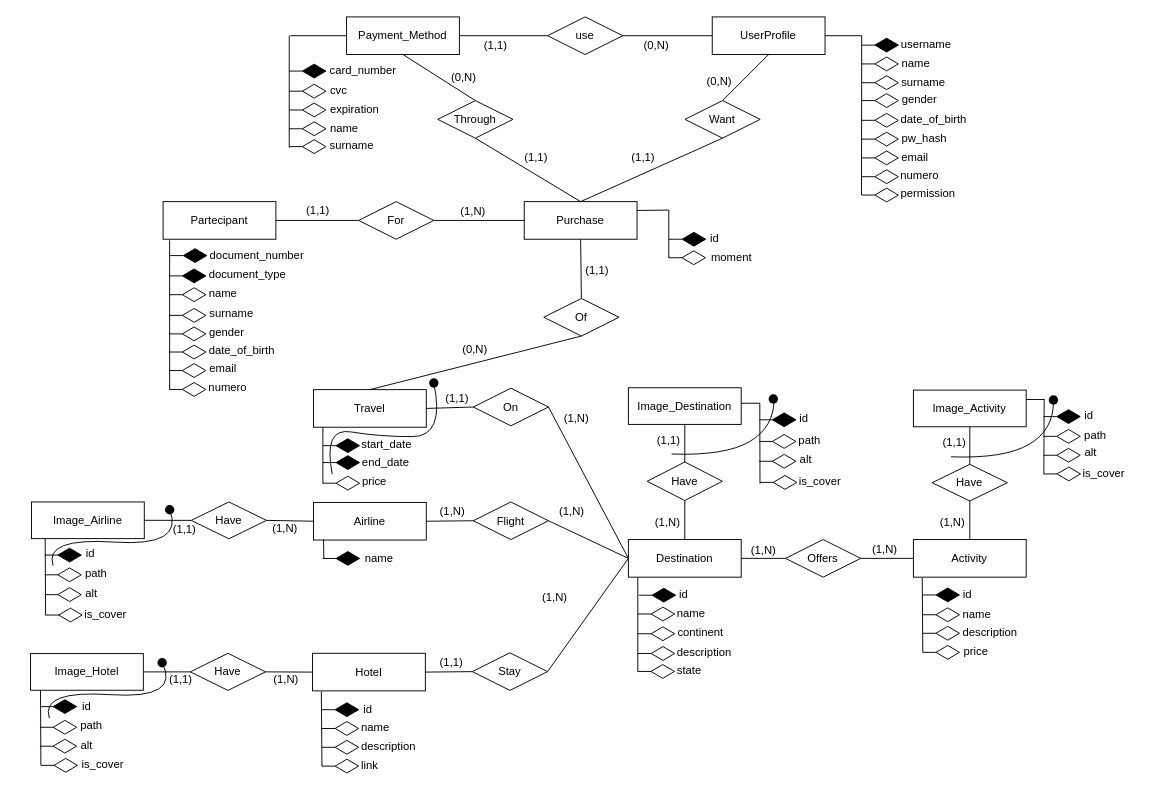
tech-web-unipd/sito-viaggi keeps this draw.io diagram as database/diagramma.drawio. Above is the earlier version. Source tidied: cells renumbered, new cells numbered last; positions are measured from the earlier drawing's top-left corner, leaving out a move shared by most shapes. Both pictures are drawn from the tidied source at 94%, with x=0, y=0 at pixel (30, 17).
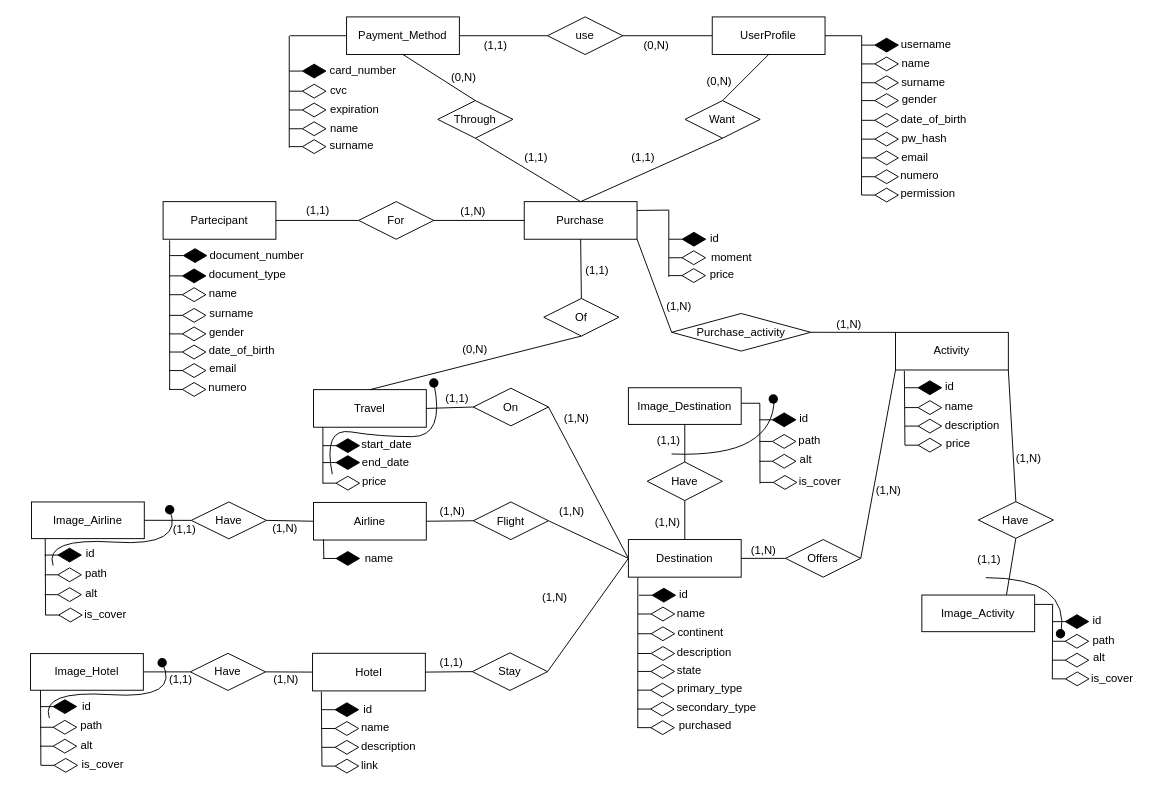
After the change.

Commit message (it also covers changes not shown here):
add purchased for Destination

Unchanged cells that the change refers to:
```xml
<mxCell id="3" value="Offers" style="rhombus;whiteSpace=wrap;html=1;" parent="1" vertex="1">
  <mxGeometry x="803.2" y="555.5" width="80" height="40" as="geometry" />
</mxCell>
<mxCell id="162" value="Purchase" style="rounded=0;whiteSpace=wrap;html=1;" parent="1" vertex="1">
  <mxGeometry x="525.2" y="196" width="120" height="40" as="geometry" />
</mxCell>
```

The edit, as a diff of the source:
```diff
@@
     <mxCell id="5" value="Activity" style="rounded=0;whiteSpace=wrap;html=1;" parent="1" vertex="1">
-      <mxGeometry x="939.2" y="555.5" width="120" height="40" as="geometry" />
+      <mxGeometry x="920.2" y="335.1" width="120" height="40" as="geometry" />
     </mxCell>
-    <mxCell id="6" style="endArrow=none;html=1;rounded=0;entryX=0;entryY=0.5;entryDx=0;entryDy=0;exitX=1;exitY=0.5;exitDx=0;exitDy=0;" parent="1" edge="1" source="3" target="5">
+    <mxCell id="6" style="endArrow=none;html=1;rounded=0;entryX=0;entryY=1;entryDx=0;entryDy=0;exitX=1;exitY=0.5;exitDx=0;exitDy=0;" parent="1" edge="1" source="3" target="5">
       <mxGeometry relative="1" as="geometry" />
     </mxCell>
@@
     <mxCell id="12" style="endArrow=diamondThin;endFill=0;endSize=24;html=1;rounded=0;" parent="1" edge="1">
       <mxGeometry relative="1" as="geometry">
-        <mxPoint x="949.2" y="655.2" as="sourcePoint" />
-        <mxPoint x="989.2" y="655.2" as="targetPoint" />
+        <mxPoint x="930.2" y="434.8" as="sourcePoint" />
+        <mxPoint x="970.2" y="434.8" as="targetPoint" />
       </mxGeometry>
     </mxCell>
     <mxCell id="13" style="endArrow=diamondThin;endFill=0;endSize=24;html=1;rounded=0;" parent="1" edge="1">
       <mxGeometry relative="1" as="geometry">
-        <mxPoint x="949.2" y="635.5" as="sourcePoint" />
-        <mxPoint x="989.2" y="635.5" as="targetPoint" />
+        <mxPoint x="930.2" y="415.1" as="sourcePoint" />
+        <mxPoint x="970.2" y="415.1" as="targetPoint" />
       </mxGeometry>
     </mxCell>
@@
     <mxCell id="17" value="(1,N)" style="text;html=1;strokeColor=none;fillColor=none;align=center;verticalAlign=middle;whiteSpace=wrap;rounded=0;" parent="1" vertex="1">
-      <mxGeometry x="879.2" y="555.5" width="60" height="20" as="geometry" />
+      <mxGeometry x="883" y="494" width="60" height="20" as="geometry" />
     </mxCell>
@@
     <mxCell id="44" value="price" style="text;html=1;strokeColor=none;fillColor=none;align=center;verticalAlign=middle;whiteSpace=wrap;rounded=0;" parent="1" vertex="1">
-      <mxGeometry x="976.2" y="664.5" width="60" height="20" as="geometry" />
+      <mxGeometry x="957.2" y="444.1" width="60" height="20" as="geometry" />
     </mxCell>
     <mxCell id="45" value="description" style="text;html=1;strokeColor=none;fillColor=none;align=center;verticalAlign=middle;whiteSpace=wrap;rounded=0;" parent="1" vertex="1">
-      <mxGeometry x="991.2" y="644.5" width="60" height="20" as="geometry" />
+      <mxGeometry x="972.2" y="424.1" width="60" height="20" as="geometry" />
     </mxCell>
     <mxCell id="46" value="name" style="text;html=1;strokeColor=none;fillColor=none;align=center;verticalAlign=middle;whiteSpace=wrap;rounded=0;" parent="1" vertex="1">
-      <mxGeometry x="977.2" y="624.5" width="60" height="20" as="geometry" />
+      <mxGeometry x="958.2" y="404.1" width="60" height="20" as="geometry" />
     </mxCell>
     <mxCell id="47" value="id" style="text;html=1;strokeColor=none;fillColor=none;align=center;verticalAlign=middle;whiteSpace=wrap;rounded=0;" parent="1" vertex="1">
-      <mxGeometry x="967.2" y="603.7" width="60" height="20" as="geometry" />
+      <mxGeometry x="948.2" y="383.2" width="60" height="20" as="geometry" />
     </mxCell>
@@
     <mxCell id="54" style="endArrow=diamondThin;endFill=0;endSize=24;html=1;rounded=0;" parent="1" edge="1">
       <mxGeometry relative="1" as="geometry">
-        <mxPoint x="949.2" y="675.5" as="sourcePoint" />
-        <mxPoint x="989.2" y="675.5" as="targetPoint" />
+        <mxPoint x="930.2" y="455.1" as="sourcePoint" />
+        <mxPoint x="970.2" y="455.1" as="targetPoint" />
       </mxGeometry>
     </mxCell>
@@
     <mxCell id="59" style="endArrow=none;html=1;rounded=0;entryX=0.079;entryY=1.023;entryDx=0;entryDy=0;entryPerimeter=0;" parent="1" edge="1">
       <mxGeometry relative="1" as="geometry">
-        <mxPoint x="949.2" y="675.5" as="sourcePoint" />
-        <mxPoint x="948.6" y="596.4" as="targetPoint" />
+        <mxPoint x="930.2" y="455.1" as="sourcePoint" />
+        <mxPoint x="929.6" y="376" as="targetPoint" />
       </mxGeometry>
     </mxCell>
     <mxCell id="60" style="endArrow=diamondThin;endFill=1;endSize=24;html=1;rounded=0;" parent="1" edge="1">
       <mxGeometry relative="1" as="geometry">
-        <mxPoint x="949.2" y="614.4" as="sourcePoint" />
-        <mxPoint x="989.2" y="614.4" as="targetPoint" />
+        <mxPoint x="930.2" y="394" as="sourcePoint" />
+        <mxPoint x="970.2" y="394" as="targetPoint" />
       </mxGeometry>
     </mxCell>
     <mxCell id="61" value="Image_Activity" style="rounded=0;whiteSpace=wrap;html=1;" parent="1" vertex="1">
-      <mxGeometry x="939.2" y="396.5" width="120" height="39" as="geometry" />
+      <mxGeometry x="948.2" y="614.5" width="120" height="39" as="geometry" />
     </mxCell>
     <mxCell id="62" value="Have" style="rhombus;whiteSpace=wrap;html=1;" parent="1" vertex="1">
-      <mxGeometry x="959.2" y="475.5" width="80" height="39" as="geometry" />
+      <mxGeometry x="1008.2" y="515.2" width="80" height="39" as="geometry" />
     </mxCell>
@@
-    <mxCell id="74" style="endArrow=none;html=1;rounded=0;entryX=0.5;entryY=1;entryDx=0;entryDy=0;exitX=0.5;exitY=0;exitDx=0;exitDy=0;" parent="1" edge="1" source="62" target="61">
+    <mxCell id="74" style="endArrow=none;html=1;rounded=0;entryX=0.75;entryY=0;entryDx=0;entryDy=0;exitX=0.5;exitY=1;exitDx=0;exitDy=0;" parent="1" edge="1" source="62" target="61">
       <mxGeometry relative="1" as="geometry" />
     </mxCell>
-    <mxCell id="75" style="endArrow=none;html=1;rounded=0;exitX=0.5;exitY=0;exitDx=0;exitDy=0;entryX=0.5;entryY=1;entryDx=0;entryDy=0;" parent="1" edge="1" source="5" target="62">
+    <mxCell id="75" style="endArrow=none;html=1;rounded=0;exitX=1;exitY=1;exitDx=0;exitDy=0;entryX=0.5;entryY=0;entryDx=0;entryDy=0;" parent="1" edge="1" source="5" target="62">
       <mxGeometry relative="1" as="geometry" />
     </mxCell>
@@
     <mxCell id="106" style="endArrow=none;html=1;rounded=0;entryX=0.105;entryY=1.05;entryDx=0;entryDy=0;entryPerimeter=0;" parent="1" edge="1">
       <mxGeometry relative="1" as="geometry">
-        <mxPoint x="1078" y="486" as="sourcePoint" />
-        <mxPoint x="1078.3" y="407.2" as="targetPoint" />
+        <mxPoint x="1087" y="704" as="sourcePoint" />
+        <mxPoint x="1087.3" y="625.2" as="targetPoint" />
       </mxGeometry>
     </mxCell>
     <mxCell id="107" style="endArrow=diamondThin;endFill=1;endSize=24;html=1;rounded=0;" parent="1" edge="1">
       <mxGeometry relative="1" as="geometry">
-        <mxPoint x="1077.7" y="424.7" as="sourcePoint" />
-        <mxPoint x="1117.7" y="424.7" as="targetPoint" />
+        <mxPoint x="1086.7" y="642.8" as="sourcePoint" />
+        <mxPoint x="1126.7" y="642.8" as="targetPoint" />
       </mxGeometry>
     </mxCell>
     <mxCell id="108" style="endArrow=diamondThin;endFill=0;endSize=24;html=1;rounded=0;" parent="1" edge="1">
       <mxGeometry relative="1" as="geometry">
-        <mxPoint x="1077.7" y="445.7" as="sourcePoint" />
-        <mxPoint x="1117.7" y="445.7" as="targetPoint" />
+        <mxPoint x="1086.7" y="663.7" as="sourcePoint" />
+        <mxPoint x="1126.7" y="663.7" as="targetPoint" />
       </mxGeometry>
     </mxCell>
     <mxCell id="109" style="endArrow=diamondThin;endFill=0;endSize=24;html=1;rounded=0;" parent="1" edge="1">
       <mxGeometry relative="1" as="geometry">
-        <mxPoint x="1077.7" y="465.8" as="sourcePoint" />
-        <mxPoint x="1117.7" y="465.8" as="targetPoint" />
+        <mxPoint x="1086.7" y="683.8" as="sourcePoint" />
+        <mxPoint x="1126.7" y="683.8" as="targetPoint" />
       </mxGeometry>
     </mxCell>
     <mxCell id="110" value="id" style="text;html=1;strokeColor=none;fillColor=none;align=center;verticalAlign=middle;whiteSpace=wrap;rounded=0;" parent="1" vertex="1">
-      <mxGeometry x="1095.7" y="414" width="60" height="20" as="geometry" />
+      <mxGeometry x="1104.7" y="632" width="60" height="20" as="geometry" />
     </mxCell>
     <mxCell id="111" value="path" style="text;html=1;strokeColor=none;fillColor=none;align=center;verticalAlign=middle;whiteSpace=wrap;rounded=0;" parent="1" vertex="1">
-      <mxGeometry x="1102.7" y="435" width="60" height="20" as="geometry" />
+      <mxGeometry x="1111.7" y="653" width="60" height="20" as="geometry" />
     </mxCell>
     <mxCell id="112" value="alt" style="text;html=1;strokeColor=none;fillColor=none;align=center;verticalAlign=middle;whiteSpace=wrap;rounded=0;" parent="1" vertex="1">
-      <mxGeometry x="1097.7" y="453" width="60" height="20" as="geometry" />
+      <mxGeometry x="1106.7" y="671" width="60" height="20" as="geometry" />
     </mxCell>
     <mxCell id="113" style="endArrow=none;html=1;rounded=0;" parent="1" edge="1">
       <mxGeometry relative="1" as="geometry">
-        <mxPoint x="1059" y="406.5" as="sourcePoint" />
-        <mxPoint x="1079" y="406.5" as="targetPoint" />
+        <mxPoint x="1068" y="624.5" as="sourcePoint" />
+        <mxPoint x="1088" y="624.5" as="targetPoint" />
       </mxGeometry>
     </mxCell>
@@
     <mxCell id="117" style="shape=waypoint;sketch=0;fillStyle=solid;size=10;fillColor=none;perimeter=centerPerimeter;" parent="1" vertex="1">
-      <mxGeometry x="1068.2" y="387" width="40" height="40" as="geometry" />
+      <mxGeometry x="1075.7" y="635.7" width="40" height="40" as="geometry" />
     </mxCell>
@@
     <mxCell id="123" value="(1,1)" style="text;html=1;strokeColor=none;fillColor=none;align=center;verticalAlign=middle;whiteSpace=wrap;rounded=0;" parent="1" vertex="1">
-      <mxGeometry x="953.2" y="442.4" width="60" height="20" as="geometry" />
+      <mxGeometry x="990.3" y="566.5" width="60" height="20" as="geometry" />
     </mxCell>
@@
     <mxCell id="125" value="(1,N)" style="text;html=1;strokeColor=none;fillColor=none;align=center;verticalAlign=middle;whiteSpace=wrap;rounded=0;" parent="1" vertex="1">
-      <mxGeometry x="951.2" y="527.5" width="60" height="20" as="geometry" />
+      <mxGeometry x="1032.2" y="460.4" width="60" height="20" as="geometry" />
     </mxCell>
@@
-    <mxCell id="182" style="curved=1;endArrow=none;html=1;rounded=0;" parent="1" edge="1">
-      <mxGeometry relative="1" as="geometry">
-        <mxPoint x="979.2" y="467.5" as="sourcePoint" />
-        <mxPoint x="1088.2" y="409" as="targetPoint" />
-        <Array as="points">
-          <mxPoint x="1036.2" y="469.5" />
-          <mxPoint x="1088.2" y="439" />
-        </Array>
-      </mxGeometry>
-    </mxCell>
@@
     <mxCell id="208" style="endArrow=none;html=1;rounded=0;" parent="1" edge="1">
       <mxGeometry relative="1" as="geometry">
-        <mxPoint x="679" y="256" as="sourcePoint" />
+        <mxPoint x="679" y="276" as="sourcePoint" />
         <mxPoint x="679" y="205" as="targetPoint" />
       </mxGeometry>
     </mxCell>
@@
     <mxCell id="214" style="endArrow=none;html=1;rounded=0;" parent="1" edge="1">
       <mxGeometry relative="1" as="geometry">
-        <mxPoint x="646" y="696" as="sourcePoint" />
+        <mxPoint x="646" y="756" as="sourcePoint" />
         <mxPoint x="646" y="596" as="targetPoint" />
       </mxGeometry>
     </mxCell>
@@
     <mxCell id="216" value="is_cover" style="text;html=1;strokeColor=none;fillColor=none;align=center;verticalAlign=middle;whiteSpace=wrap;rounded=0;" parent="1" vertex="1">
-      <mxGeometry x="1112.2" y="474.5" width="60" height="20" as="geometry" />
+      <mxGeometry x="1121.2" y="692.5" width="60" height="20" as="geometry" />
     </mxCell>
     <mxCell id="217" style="endArrow=diamondThin;endFill=0;endSize=24;html=1;rounded=0;" parent="1" edge="1">
       <mxGeometry relative="1" as="geometry">
-        <mxPoint x="1078" y="485.7" as="sourcePoint" />
-        <mxPoint x="1118" y="485.7" as="targetPoint" />
+        <mxPoint x="1087" y="703.7" as="sourcePoint" />
+        <mxPoint x="1127" y="703.7" as="targetPoint" />
       </mxGeometry>
     </mxCell>
@@
+    <mxCell id="224" style="endArrow=diamondThin;endFill=0;endSize=24;html=1;rounded=0;" parent="1" edge="1">
+      <mxGeometry relative="1" as="geometry">
+        <mxPoint x="645.7" y="715.7" as="sourcePoint" />
+        <mxPoint x="685.7" y="715.7" as="targetPoint" />
+      </mxGeometry>
+    </mxCell>
+    <mxCell id="225" value="primary_type" style="text;html=1;strokeColor=none;fillColor=none;align=center;verticalAlign=middle;whiteSpace=wrap;rounded=0;" parent="1" vertex="1">
+      <mxGeometry x="693" y="703.5" width="60" height="20" as="geometry" />
+    </mxCell>
+    <mxCell id="226" style="endArrow=diamondThin;endFill=0;endSize=24;html=1;rounded=0;" parent="1" edge="1">
+      <mxGeometry relative="1" as="geometry">
+        <mxPoint x="645.6" y="735.8" as="sourcePoint" />
+        <mxPoint x="685.6" y="735.8" as="targetPoint" />
+      </mxGeometry>
+    </mxCell>
+    <mxCell id="227" value="secondary_type" style="text;html=1;strokeColor=none;fillColor=none;align=center;verticalAlign=middle;whiteSpace=wrap;rounded=0;" parent="1" vertex="1">
+      <mxGeometry x="700" y="723.7" width="60" height="20" as="geometry" />
+    </mxCell>
+    <mxCell id="228" style="endArrow=diamondThin;endFill=0;endSize=24;html=1;rounded=0;" parent="1" edge="1">
+      <mxGeometry relative="1" as="geometry">
+        <mxPoint x="679" y="274.7" as="sourcePoint" />
+        <mxPoint x="719" y="274.7" as="targetPoint" />
+      </mxGeometry>
+    </mxCell>
+    <mxCell id="229" value="price" style="text;html=1;strokeColor=none;fillColor=none;align=center;verticalAlign=middle;whiteSpace=wrap;rounded=0;" parent="1" vertex="1">
+      <mxGeometry x="706.2" y="264" width="60" height="20" as="geometry" />
+    </mxCell>
+    <mxCell id="230" style="curved=1;endArrow=none;html=1;rounded=0;" parent="1" edge="1">
+      <mxGeometry relative="1" as="geometry">
+        <mxPoint x="1016.2" y="596" as="sourcePoint" />
+        <mxPoint x="1096.2" y="656" as="targetPoint" />
+        <Array as="points">
+          <mxPoint x="1106.2" y="596" />
+        </Array>
+      </mxGeometry>
+    </mxCell>
+    <mxCell id="231" value="Purchase_activity" style="rhombus;whiteSpace=wrap;html=1;" parent="1" vertex="1">
+      <mxGeometry x="682" y="315" width="148" height="40" as="geometry" />
+    </mxCell>
+    <mxCell id="232" style="endArrow=none;html=1;rounded=0;exitX=1;exitY=1;exitDx=0;exitDy=0;entryX=0;entryY=0.5;entryDx=0;entryDy=0;" parent="1" edge="1" source="162" target="231">
+      <mxGeometry relative="1" as="geometry" />
+    </mxCell>
+    <mxCell id="233" style="endArrow=none;html=1;rounded=0;entryX=0;entryY=0;entryDx=0;entryDy=0;exitX=1;exitY=0.5;exitDx=0;exitDy=0;" parent="1" edge="1" source="231" target="5">
+      <mxGeometry relative="1" as="geometry" />
+    </mxCell>
+    <mxCell id="234" value="(1,N)" style="text;html=1;strokeColor=none;fillColor=none;align=center;verticalAlign=middle;whiteSpace=wrap;rounded=0;" parent="1" vertex="1">
+      <mxGeometry x="660.2" y="298" width="60" height="20" as="geometry" />
+    </mxCell>
+    <mxCell id="235" value="(1,N)" style="text;html=1;strokeColor=none;fillColor=none;align=center;verticalAlign=middle;whiteSpace=wrap;rounded=0;" parent="1" vertex="1">
+      <mxGeometry x="841" y="317" width="60" height="20" as="geometry" />
+    </mxCell>
+    <mxCell id="236" style="endArrow=diamondThin;endFill=0;endSize=24;html=1;rounded=0;" parent="1" edge="1">
+      <mxGeometry relative="1" as="geometry">
+        <mxPoint x="645.9" y="755.6" as="sourcePoint" />
+        <mxPoint x="685.9" y="755.6" as="targetPoint" />
+      </mxGeometry>
+    </mxCell>
+    <mxCell id="237" value="purchased" style="text;html=1;strokeColor=none;fillColor=none;align=center;verticalAlign=middle;whiteSpace=wrap;rounded=0;" parent="1" vertex="1">
+      <mxGeometry x="688.4" y="743.5" width="60" height="20" as="geometry" />
+    </mxCell>
```
